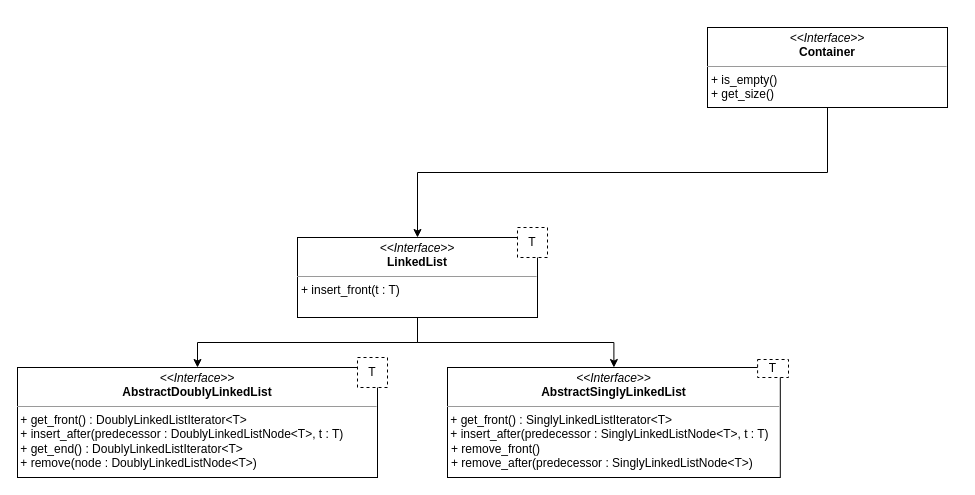
The draw.io diagram docs/Implementation Details/implementatio_details.drawio in christiangoerdes/Data-Structures, before the edit. Source tidied: cells renumbered, new cells numbered last; positions are measured from the earlier drawing's top-left corner, leaving out a move shared by most shapes. Both pictures are drawn from the tidied source at 100%, with x=0, y=0 at pixel (17, 17).
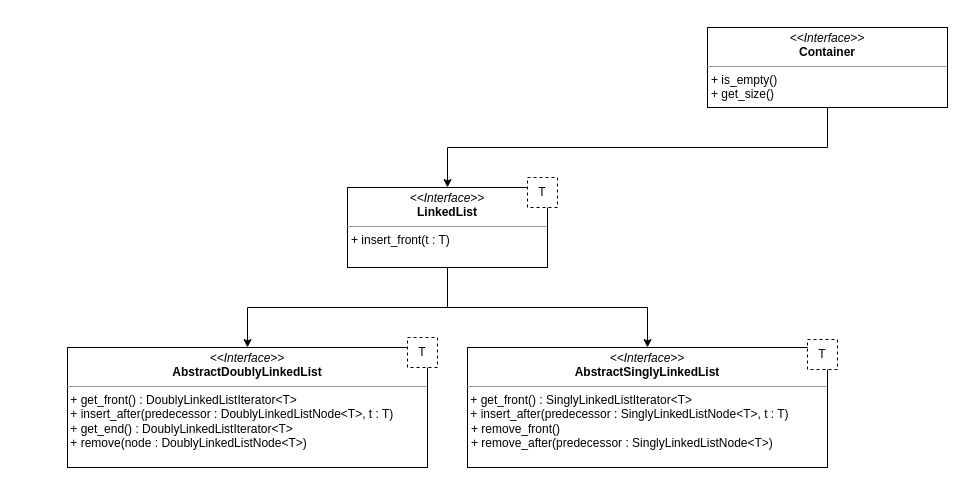
The same page after the edit.

Diff of the diagram source:
```diff
@@
 <mxGraphModel>
   <root>
     <mxCell id="0" />
     <mxCell id="1" parent="0" />
-    <mxCell id="2" style="group;" parent="1" vertex="1">
-      <mxGeometry x="280" y="210" width="250" height="150" as="geometry" />
-    </mxCell>
-    <mxCell id="3" value="&lt;p style=&quot;margin:0px;margin-top:4px;text-align:center;&quot;&gt;&lt;i&gt;&amp;lt;&amp;lt;Interface&amp;gt;&amp;gt;&lt;/i&gt;&lt;br&gt;&lt;b&gt;LinkedList&lt;/b&gt;&lt;/p&gt;&lt;hr size=&quot;1&quot;&gt;&lt;p style=&quot;margin:0px;margin-left:4px;&quot;&gt;&lt;span style=&quot;background-color: initial;&quot;&gt;+ insert_front(t : T)&lt;/span&gt;&lt;br&gt;&lt;/p&gt;" style="verticalAlign=top;align=left;overflow=fill;fontSize=12;fontFamily=Helvetica;html=1;whiteSpace=wrap;" parent="2" vertex="1">
-      <mxGeometry y="10" width="240" height="80" as="geometry" />
-    </mxCell>
-    <mxCell id="4" value="T" style="fontStyle=0;dashed=1;html=1;whiteSpace=wrap;" parent="2" vertex="1">
-      <mxGeometry x="220" width="30" height="30" as="geometry" />
-    </mxCell>
-    <mxCell id="5" style="group;" parent="1" vertex="1">
-      <mxGeometry x="430" y="342" width="341" height="118" as="geometry" />
-    </mxCell>
-    <mxCell id="6" value="&lt;p style=&quot;margin:0px;margin-top:4px;text-align:center;&quot;&gt;&lt;i&gt;&amp;lt;&amp;lt;Interface&amp;gt;&amp;gt;&lt;/i&gt;&lt;br&gt;&lt;b style=&quot;border-color: var(--border-color);&quot;&gt;Abstract&lt;/b&gt;&lt;b&gt;SinglyLinkedList&lt;/b&gt;&lt;/p&gt;&lt;hr size=&quot;1&quot;&gt;&amp;nbsp;+ get_front() : SinglyLinkedListIterator&amp;lt;T&amp;gt;&lt;br&gt;&amp;nbsp;+ insert_after(predecessor : SinglyLinkedListNode&amp;lt;T&amp;gt;, t : T)&lt;b&gt;&lt;br&gt;&lt;/b&gt;&lt;p style=&quot;margin:0px;margin-left:4px;&quot;&gt;+ remove_front()&lt;/p&gt;&lt;p style=&quot;margin:0px;margin-left:4px;&quot;&gt;+ remove_after(predecessor : SinglyLinkedListNode&amp;lt;T&amp;gt;)&lt;/p&gt;" style="verticalAlign=top;align=left;overflow=fill;fontSize=12;fontFamily=Helvetica;html=1;whiteSpace=wrap;" parent="5" vertex="1">
-      <mxGeometry y="8" width="332.8" height="110" as="geometry" />
-    </mxCell>
-    <mxCell id="7" value="T" style="fontStyle=0;dashed=1;html=1;whiteSpace=wrap;" parent="5" vertex="1">
-      <mxGeometry x="310.1" width="30.9" height="18" as="geometry" />
-    </mxCell>
     <mxCell id="8" style="edgeStyle=orthogonalEdgeStyle;rounded=0;jettySize=auto;html=1;exitX=0.5;exitY=1;exitDx=0;exitDy=0;entryX=0.5;entryY=0;entryDx=0;entryDy=0;" parent="1" edge="1" source="3" target="6">
       <mxGeometry relative="1" as="geometry" />
     </mxCell>
     <mxCell id="9" style="edgeStyle=orthogonalEdgeStyle;rounded=0;jettySize=auto;html=1;exitX=0.5;exitY=1;exitDx=0;exitDy=0;entryX=0.5;entryY=0;entryDx=0;entryDy=0;" parent="1" edge="1" source="3" target="14">
       <mxGeometry relative="1" as="geometry" />
     </mxCell>
     <mxCell id="10" style="group;" parent="1" vertex="1">
       <mxGeometry x="690" width="250" height="150" as="geometry" />
     </mxCell>
     <mxCell id="11" value="&lt;p style=&quot;margin:0px;margin-top:4px;text-align:center;&quot;&gt;&lt;i&gt;&amp;lt;&amp;lt;Interface&amp;gt;&amp;gt;&lt;/i&gt;&lt;br&gt;&lt;b&gt;Container&lt;/b&gt;&lt;/p&gt;&lt;hr size=&quot;1&quot;&gt;&lt;p style=&quot;margin:0px;margin-left:4px;&quot;&gt;&lt;span style=&quot;background-color: initial;&quot;&gt;+ is_empty()&lt;/span&gt;&lt;br&gt;&lt;/p&gt;&lt;p style=&quot;margin:0px;margin-left:4px;&quot;&gt;+ get_size()&amp;nbsp;&lt;span style=&quot;background-color: initial;&quot;&gt;&lt;br&gt;&lt;/span&gt;&lt;/p&gt;" style="verticalAlign=top;align=left;overflow=fill;fontSize=12;fontFamily=Helvetica;html=1;whiteSpace=wrap;" parent="10" vertex="1">
       <mxGeometry y="10" width="240" height="80" as="geometry" />
     </mxCell>
     <mxCell id="12" style="edgeStyle=orthogonalEdgeStyle;rounded=0;jettySize=auto;html=1;exitX=0.5;exitY=1;exitDx=0;exitDy=0;entryX=0.5;entryY=0;entryDx=0;entryDy=0;" parent="1" edge="1" source="11" target="3">
       <mxGeometry relative="1" as="geometry" />
     </mxCell>
-    <mxCell id="13" style="group;" parent="1" vertex="1">
-      <mxGeometry y="340" width="370" height="120" as="geometry" />
-    </mxCell>
+    <mxCell id="16" style="group;" parent="1" vertex="1">
+      <mxGeometry x="330" y="160" width="210" height="90" as="geometry" />
+    </mxCell>
+    <mxCell id="3" value="&lt;p style=&quot;margin:0px;margin-top:4px;text-align:center;&quot;&gt;&lt;i&gt;&amp;lt;&amp;lt;Interface&amp;gt;&amp;gt;&lt;/i&gt;&lt;br&gt;&lt;b&gt;LinkedList&lt;/b&gt;&lt;/p&gt;&lt;hr size=&quot;1&quot;&gt;&lt;p style=&quot;margin:0px;margin-left:4px;&quot;&gt;&lt;span style=&quot;background-color: initial;&quot;&gt;+ insert_front(t : T)&lt;/span&gt;&lt;br&gt;&lt;/p&gt;" style="verticalAlign=top;align=left;overflow=fill;fontSize=12;fontFamily=Helvetica;html=1;whiteSpace=wrap;" parent="16" vertex="1">
+      <mxGeometry y="10" width="200" height="80" as="geometry" />
+    </mxCell>
+    <mxCell id="4" value="T" style="fontStyle=0;dashed=1;html=1;whiteSpace=wrap;" parent="16" vertex="1">
+      <mxGeometry x="180" width="30" height="30" as="geometry" />
+    </mxCell>
+    <mxCell id="17" style="group;" parent="1" vertex="1">
+      <mxGeometry x="50" y="320" width="370" height="130" as="geometry" />
+    </mxCell>
-    <mxCell id="14" value="&lt;p style=&quot;margin:0px;margin-top:4px;text-align:center;&quot;&gt;&lt;i&gt;&amp;lt;&amp;lt;Interface&amp;gt;&amp;gt;&lt;/i&gt;&lt;br&gt;&lt;b&gt;AbstractDoublyLinkedList&lt;/b&gt;&lt;/p&gt;&lt;hr size=&quot;1&quot;&gt;&amp;nbsp;+ get_front() : DoublyLinkedListIterator&amp;lt;T&amp;gt;&lt;br&gt;&lt;div&gt;&amp;nbsp;+ insert_after(predecessor : DoublyLinkedListNode&amp;lt;T&amp;gt;, t : T)&lt;/div&gt;&lt;div&gt;&amp;nbsp;+ get_end() : DoublyLinkedListIterator&amp;lt;T&amp;gt;&lt;/div&gt;&lt;div&gt;&amp;nbsp;+ remove(node : DoublyLinkedListNode&amp;lt;T&amp;gt;)&lt;/div&gt;" style="verticalAlign=top;align=left;overflow=fill;fontSize=12;fontFamily=Helvetica;html=1;whiteSpace=wrap;" parent="13" vertex="1">
-      <mxGeometry y="10" width="360" height="110" as="geometry" />
+    <mxCell id="14" value="&lt;p style=&quot;margin:0px;margin-top:4px;text-align:center;&quot;&gt;&lt;i&gt;&amp;lt;&amp;lt;Interface&amp;gt;&amp;gt;&lt;/i&gt;&lt;br&gt;&lt;b&gt;AbstractDoublyLinkedList&lt;/b&gt;&lt;/p&gt;&lt;hr size=&quot;1&quot;&gt;&amp;nbsp;+ get_front() : DoublyLinkedListIterator&amp;lt;T&amp;gt;&lt;br&gt;&lt;div&gt;&amp;nbsp;+ insert_after(predecessor : DoublyLinkedListNode&amp;lt;T&amp;gt;, t : T)&lt;/div&gt;&lt;div&gt;&amp;nbsp;+ get_end() : DoublyLinkedListIterator&amp;lt;T&amp;gt;&lt;/div&gt;&lt;div&gt;&amp;nbsp;+ remove(node : DoublyLinkedListNode&amp;lt;T&amp;gt;)&lt;/div&gt;" style="verticalAlign=top;align=left;overflow=fill;fontSize=12;fontFamily=Helvetica;html=1;whiteSpace=wrap;" parent="17" vertex="1">
+      <mxGeometry y="10" width="360" height="120" as="geometry" />
     </mxCell>
-    <mxCell id="15" value="T" style="fontStyle=0;dashed=1;html=1;whiteSpace=wrap;" parent="13" vertex="1">
+    <mxCell id="15" value="T" style="fontStyle=0;dashed=1;html=1;whiteSpace=wrap;" parent="17" vertex="1">
       <mxGeometry x="340" width="30" height="30" as="geometry" />
     </mxCell>
+    <mxCell id="18" style="group;" parent="1" vertex="1">
+      <mxGeometry x="450" y="322" width="370" height="128" as="geometry" />
+    </mxCell>
+    <mxCell id="6" value="&lt;p style=&quot;margin:0px;margin-top:4px;text-align:center;&quot;&gt;&lt;i&gt;&amp;lt;&amp;lt;Interface&amp;gt;&amp;gt;&lt;/i&gt;&lt;br&gt;&lt;b style=&quot;border-color: var(--border-color);&quot;&gt;Abstract&lt;/b&gt;&lt;b&gt;SinglyLinkedList&lt;/b&gt;&lt;/p&gt;&lt;hr size=&quot;1&quot;&gt;&amp;nbsp;+ get_front() : SinglyLinkedListIterator&amp;lt;T&amp;gt;&lt;br&gt;&amp;nbsp;+ insert_after(predecessor : SinglyLinkedListNode&amp;lt;T&amp;gt;, t : T)&lt;b&gt;&lt;br&gt;&lt;/b&gt;&lt;p style=&quot;margin:0px;margin-left:4px;&quot;&gt;+ remove_front()&lt;/p&gt;&lt;p style=&quot;margin:0px;margin-left:4px;&quot;&gt;+ remove_after(predecessor : SinglyLinkedListNode&amp;lt;T&amp;gt;)&lt;/p&gt;" style="verticalAlign=top;align=left;overflow=fill;fontSize=12;fontFamily=Helvetica;html=1;whiteSpace=wrap;" parent="18" vertex="1">
+      <mxGeometry y="8" width="360" height="120" as="geometry" />
+    </mxCell>
+    <mxCell id="7" value="T" style="fontStyle=0;dashed=1;html=1;whiteSpace=wrap;" parent="18" vertex="1">
+      <mxGeometry x="340" width="30" height="30" as="geometry" />
+    </mxCell>
   </root>
 </mxGraphModel>
```
